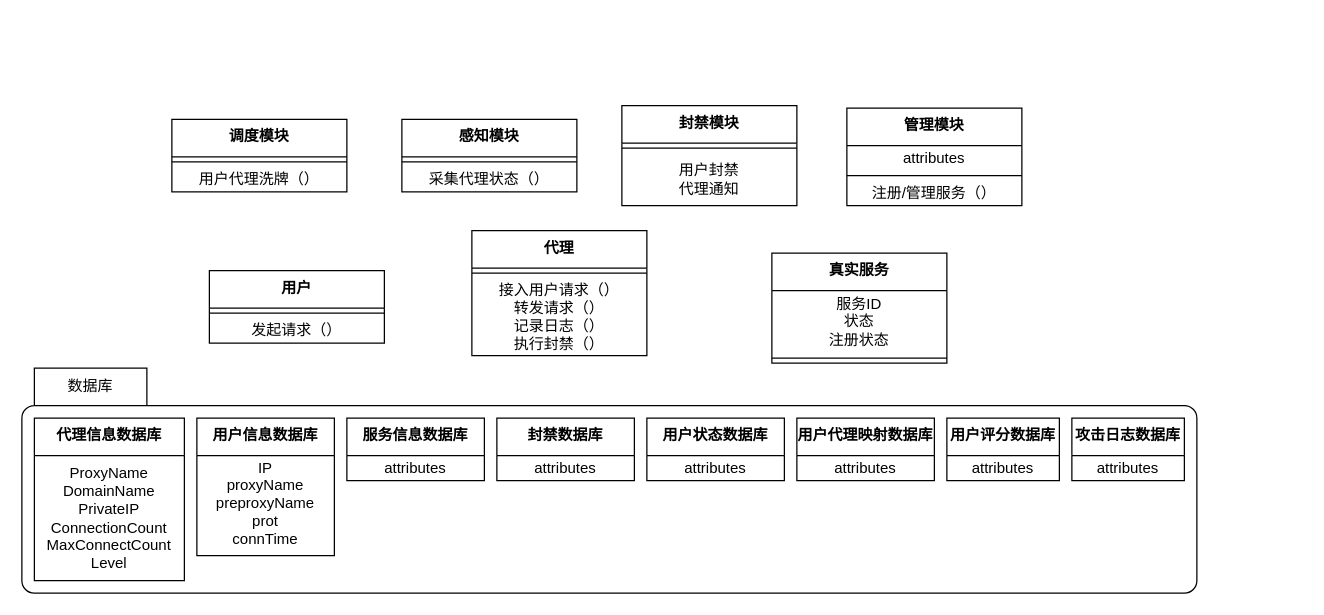
Above: 2.5.drawio in Norton-Lin/Picture (draw.io), before the change. Source tidied: cells renumbered, new cells numbered last; positions are measured from the earlier drawing's top-left corner, leaving out a move shared by most shapes. Both pictures are drawn from the tidied source at 125%, with x=0, y=0 at pixel (21, 105).
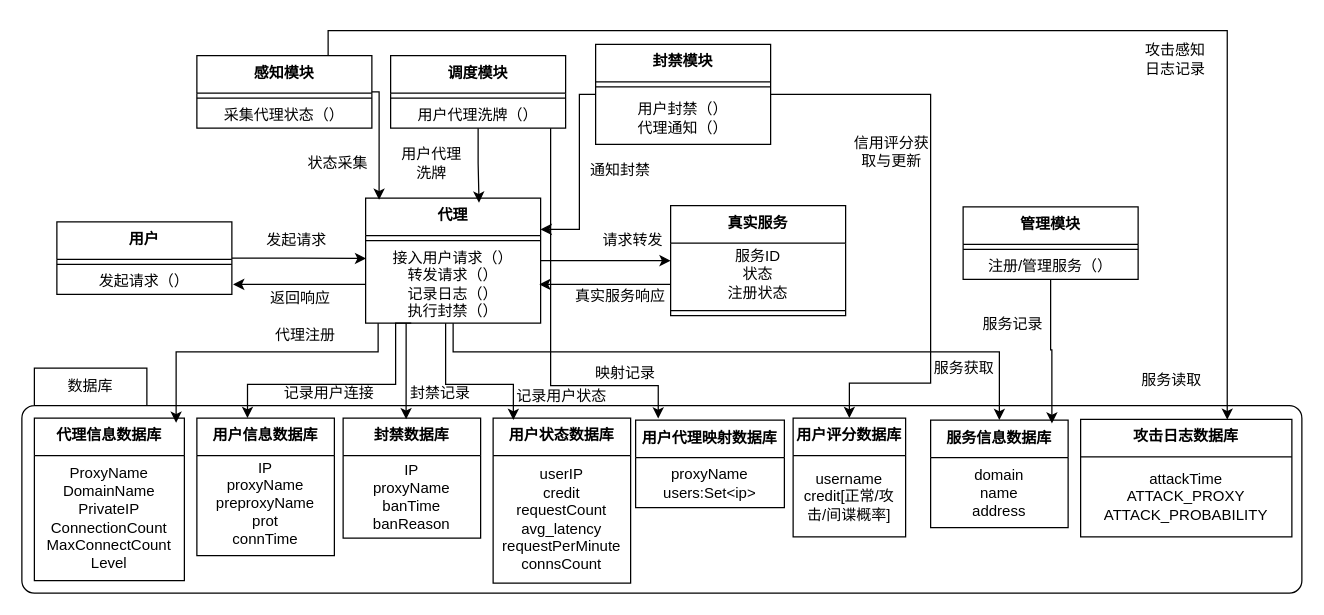
The same diagram, later.

Unchanged cells that the change refers to:
```xml
<mxCell id="4" value="服务ID&lt;div&gt;状态&lt;/div&gt;&lt;div&gt;注册状态&lt;/div&gt;" style="text;html=1;strokeColor=none;fillColor=none;align=center;verticalAlign=middle;spacingLeft=4;spacingRight=4;overflow=hidden;points=[[0,0.5],[1,0.5]];portConstraint=eastwest;whiteSpace=wrap;" parent="3" vertex="1">
  <mxGeometry y="30" width="140" height="50" as="geometry" />
</mxCell>
<mxCell id="15" value="&lt;b&gt;代理信息数据库&lt;/b&gt;" style="swimlane;fontStyle=0;align=center;verticalAlign=top;horizontal=1;startSize=30;html=1;whiteSpace=wrap;" parent="1" vertex="1">
  <mxGeometry x="10" y="250" width="120" height="130" as="geometry" />
</mxCell>
<mxCell id="23" value="接入用户请求（&lt;span style=&quot;background-color: transparent; color: light-dark(rgb(0, 0, 0), rgb(255, 255, 255));&quot;&gt;）&lt;/span&gt;&lt;div&gt;&lt;span style=&quot;background-color: transparent; color: light-dark(rgb(0, 0, 0), rgb(255, 255, 255));&quot;&gt;转发请求（）&lt;/span&gt;&lt;/div&gt;&lt;div&gt;&lt;span style=&quot;background-color: transparent; color: light-dark(rgb(0, 0, 0), rgb(255, 255, 255));&quot;&gt;记录日志（&lt;/span&gt;&lt;span style=&quot;background-color: transparent; color: light-dark(rgb(0, 0, 0), rgb(255, 255, 255));&quot;&gt;）&lt;/span&gt;&lt;/div&gt;&lt;div&gt;&lt;span style=&quot;background-color: transparent; color: light-dark(rgb(0, 0, 0), rgb(255, 255, 255));&quot;&gt;执行封禁（）&lt;/span&gt;&lt;/div&gt;" style="text;html=1;strokeColor=none;fillColor=none;align=center;verticalAlign=middle;spacingLeft=4;spacingRight=4;overflow=hidden;points=[[0,0.5],[1,0.5]];portConstraint=eastwest;whiteSpace=wrap;" parent="21" vertex="1">
  <mxGeometry y="38" width="140" height="62" as="geometry" />
</mxCell>
```

What changed in the source:
```diff
@@
     <mxCell id="2" value="数据库" style="shape=folder;align=center;verticalAlign=middle;fontStyle=0;tabWidth=100;tabHeight=30;tabPosition=left;html=1;boundedLbl=1;labelInHeader=1;rounded=1;absoluteArcSize=1;arcSize=10;whiteSpace=wrap;" parent="1" vertex="1">
-      <mxGeometry y="210" width="940" height="180" as="geometry" />
+      <mxGeometry y="210" width="1024" height="180" as="geometry" />
     </mxCell>
     <mxCell id="3" value="&lt;b&gt;真实服务&lt;/b&gt;" style="swimlane;fontStyle=0;align=center;verticalAlign=top;horizontal=1;startSize=30;html=1;whiteSpace=wrap;" parent="1" vertex="1">
-      <mxGeometry x="600" y="118" width="140" height="88" as="geometry" />
+      <mxGeometry x="519" y="80" width="140" height="88" as="geometry" />
     </mxCell>
@@
+    <mxCell id="41" style="edgeStyle=orthogonalEdgeStyle;rounded=0;jettySize=auto;html=1;exitX=1;exitY=0.5;exitDx=0;exitDy=0;" parent="1" edge="1" source="6">
+      <mxGeometry relative="1" as="geometry">
+        <mxPoint x="275.4" y="122.3" as="targetPoint" />
+      </mxGeometry>
+    </mxCell>
     <mxCell id="6" value="&lt;b&gt;用户&lt;/b&gt;" style="swimlane;fontStyle=0;align=center;verticalAlign=top;horizontal=1;startSize=30;html=1;whiteSpace=wrap;" parent="1" vertex="1">
-      <mxGeometry x="150" y="132" width="140" height="58" as="geometry" />
+      <mxGeometry x="28" y="93" width="140" height="58" as="geometry" />
     </mxCell>
@@
     <mxCell id="9" value="&lt;b&gt;感知模块&lt;/b&gt;" style="swimlane;fontStyle=0;align=center;verticalAlign=top;horizontal=1;startSize=30;html=1;whiteSpace=wrap;" parent="1" vertex="1">
-      <mxGeometry x="304" y="11" width="140" height="58" as="geometry" />
+      <mxGeometry x="140" y="-40" width="140" height="58" as="geometry" />
     </mxCell>
@@
+    <mxCell id="42" style="edgeStyle=orthogonalEdgeStyle;rounded=0;jettySize=auto;html=1;entryX=0.152;entryY=-0.017;entryDx=0;entryDy=0;entryPerimeter=0;" parent="1" edge="1" target="35">
+      <mxGeometry relative="1" as="geometry">
+        <mxPoint x="423" y="18" as="sourcePoint" />
+        <Array as="points">
+          <mxPoint x="423" y="224" />
+          <mxPoint x="509" y="224" />
+        </Array>
+      </mxGeometry>
+    </mxCell>
     <mxCell id="12" value="&lt;b&gt;调度模块&lt;/b&gt;" style="swimlane;fontStyle=0;align=center;verticalAlign=top;horizontal=1;startSize=30;html=1;whiteSpace=wrap;" parent="1" vertex="1">
-      <mxGeometry x="120" y="11" width="140" height="58" as="geometry" />
+      <mxGeometry x="295" y="-40" width="140" height="58" as="geometry" />
     </mxCell>
@@
     <mxCell id="17" value="&lt;b&gt;管理模块&lt;/b&gt;" style="swimlane;fontStyle=0;align=center;verticalAlign=top;horizontal=1;startSize=30;html=1;whiteSpace=wrap;" parent="1" vertex="1">
-      <mxGeometry x="660" y="2" width="140" height="78" as="geometry" />
+      <mxGeometry x="753" y="81" width="140" height="58" as="geometry" />
     </mxCell>
-    <mxCell id="18" value="attributes" style="text;html=1;strokeColor=none;fillColor=none;align=center;verticalAlign=middle;spacingLeft=4;spacingRight=4;overflow=hidden;whiteSpace=wrap;" parent="17" vertex="1">
-      <mxGeometry y="30" width="140" height="20" as="geometry" />
-    </mxCell>
     <mxCell id="19" style="line;strokeWidth=1;fillColor=none;align=left;verticalAlign=middle;spacingTop=-1;spacingLeft=3;spacingRight=3;labelPosition=right;" parent="17" vertex="1">
-      <mxGeometry y="50" width="140" height="8" as="geometry" />
+      <mxGeometry y="30" width="140" height="8" as="geometry" />
     </mxCell>
     <mxCell id="20" value="注册/管理服务（）" style="text;html=1;strokeColor=none;fillColor=none;align=center;verticalAlign=middle;spacingLeft=4;spacingRight=4;overflow=hidden;whiteSpace=wrap;" parent="17" vertex="1">
-      <mxGeometry y="58" width="140" height="20" as="geometry" />
+      <mxGeometry y="38" width="140" height="20" as="geometry" />
     </mxCell>
+    <mxCell id="43" style="edgeStyle=orthogonalEdgeStyle;rounded=0;jettySize=auto;html=1;entryX=0;entryY=0.5;entryDx=0;entryDy=0;" parent="1" edge="1" source="21" target="3">
+      <mxGeometry relative="1" as="geometry" />
+    </mxCell>
+    <mxCell id="44" style="edgeStyle=orthogonalEdgeStyle;rounded=0;orthogonalLoop=1;jettySize=auto;html=1;" parent="1" edge="1">
+      <mxGeometry relative="1" as="geometry">
+        <mxPoint x="311.5" y="174" as="sourcePoint" />
+        <mxPoint x="180.5" y="250" as="targetPoint" />
+        <Array as="points">
+          <mxPoint x="299" y="174" />
+          <mxPoint x="299" y="223" />
+          <mxPoint x="181" y="223" />
+        </Array>
+      </mxGeometry>
+    </mxCell>
+    <mxCell id="45" style="edgeStyle=orthogonalEdgeStyle;rounded=0;jettySize=auto;html=1;" parent="1" edge="1" source="21" target="29">
+      <mxGeometry relative="1" as="geometry">
+        <Array as="points">
+          <mxPoint x="345" y="197" />
+          <mxPoint x="782" y="197" />
+        </Array>
+      </mxGeometry>
+    </mxCell>
     <mxCell id="21" value="&lt;b&gt;代理&lt;/b&gt;" style="swimlane;fontStyle=0;align=center;verticalAlign=top;horizontal=1;startSize=30;html=1;whiteSpace=wrap;" parent="1" vertex="1">
-      <mxGeometry x="360" y="100" width="140" height="100" as="geometry" />
+      <mxGeometry x="275" y="74" width="140" height="100" as="geometry" />
     </mxCell>
@@
+    <mxCell id="46" style="edgeStyle=orthogonalEdgeStyle;rounded=0;jettySize=auto;html=1;" parent="1" edge="1" source="24" target="37">
+      <mxGeometry relative="1" as="geometry">
+        <Array as="points">
+          <mxPoint x="727" y="-9" />
+          <mxPoint x="727" y="222" />
+          <mxPoint x="662" y="222" />
+        </Array>
+      </mxGeometry>
+    </mxCell>
     <mxCell id="24" value="&lt;b&gt;封禁模块&lt;/b&gt;" style="swimlane;fontStyle=0;align=center;verticalAlign=top;horizontal=1;startSize=30;html=1;whiteSpace=wrap;" parent="1" vertex="1">
-      <mxGeometry x="480" width="140" height="80" as="geometry" />
+      <mxGeometry x="459" y="-49" width="140" height="80" as="geometry" />
     </mxCell>
@@
-    <mxCell id="26" value="用户封禁&lt;div&gt;代理通知&lt;/div&gt;" style="text;html=1;strokeColor=none;fillColor=none;align=center;verticalAlign=middle;spacingLeft=4;spacingRight=4;overflow=hidden;whiteSpace=wrap;" parent="24" vertex="1">
+    <mxCell id="26" value="用户封禁（）&lt;div&gt;代理通知（）&lt;/div&gt;" style="text;html=1;strokeColor=none;fillColor=none;align=center;verticalAlign=middle;spacingLeft=4;spacingRight=4;overflow=hidden;whiteSpace=wrap;" parent="24" vertex="1">
       <mxGeometry y="38" width="140" height="42" as="geometry" />
     </mxCell>
@@
     <mxCell id="29" value="&lt;b&gt;服务信息数据库&lt;/b&gt;" style="swimlane;fontStyle=0;align=center;verticalAlign=top;horizontal=1;startSize=30;html=1;whiteSpace=wrap;" parent="1" vertex="1">
-      <mxGeometry x="260" y="250" width="110" height="50" as="geometry" />
+      <mxGeometry x="727" y="251.5" width="110" height="86" as="geometry" />
     </mxCell>
-    <mxCell id="30" value="attributes" style="text;html=1;strokeColor=none;fillColor=none;align=center;verticalAlign=middle;spacingLeft=4;spacingRight=4;overflow=hidden;whiteSpace=wrap;" parent="29" vertex="1">
-      <mxGeometry y="30" width="110" height="20" as="geometry" />
+    <mxCell id="30" value="domain&lt;div&gt;name&lt;/div&gt;&lt;div&gt;address&lt;/div&gt;" style="text;html=1;strokeColor=none;fillColor=none;align=center;verticalAlign=middle;spacingLeft=4;spacingRight=4;overflow=hidden;whiteSpace=wrap;" parent="29" vertex="1">
+      <mxGeometry y="30" width="110" height="56" as="geometry" />
     </mxCell>
     <mxCell id="31" value="&lt;b&gt;封禁数据库&lt;/b&gt;" style="swimlane;fontStyle=0;align=center;verticalAlign=top;horizontal=1;startSize=30;html=1;whiteSpace=wrap;" parent="1" vertex="1">
-      <mxGeometry x="380" y="250" width="110" height="50" as="geometry" />
+      <mxGeometry x="257" y="250" width="110" height="96" as="geometry" />
     </mxCell>
-    <mxCell id="32" value="attributes" style="text;html=1;strokeColor=none;fillColor=none;align=center;verticalAlign=middle;spacingLeft=4;spacingRight=4;overflow=hidden;whiteSpace=wrap;" parent="31" vertex="1">
-      <mxGeometry y="30" width="110" height="20" as="geometry" />
+    <mxCell id="32" value="IP&lt;div&gt;proxyName&lt;/div&gt;&lt;div&gt;banTime&lt;/div&gt;&lt;div&gt;banReason&lt;/div&gt;" style="text;html=1;strokeColor=none;fillColor=none;align=center;verticalAlign=middle;spacingLeft=4;spacingRight=4;overflow=hidden;whiteSpace=wrap;" parent="31" vertex="1">
+      <mxGeometry y="30" width="110" height="66" as="geometry" />
     </mxCell>
     <mxCell id="33" value="&lt;b&gt;用户状态数据库&lt;/b&gt;" style="swimlane;fontStyle=0;align=center;verticalAlign=top;horizontal=1;startSize=30;html=1;whiteSpace=wrap;" parent="1" vertex="1">
-      <mxGeometry x="500" y="250" width="110" height="50" as="geometry" />
+      <mxGeometry x="377" y="250" width="110" height="132" as="geometry" />
     </mxCell>
-    <mxCell id="34" value="attributes" style="text;html=1;strokeColor=none;fillColor=none;align=center;verticalAlign=middle;spacingLeft=4;spacingRight=4;overflow=hidden;whiteSpace=wrap;" parent="33" vertex="1">
-      <mxGeometry y="30" width="110" height="20" as="geometry" />
+    <mxCell id="34" value="userIP&lt;div&gt;credit&lt;/div&gt;&lt;div&gt;requestCount&lt;/div&gt;&lt;div&gt;avg_latency&lt;/div&gt;&lt;div&gt;requestPerMinute&lt;/div&gt;&lt;div&gt;connsCount&lt;/div&gt;" style="text;html=1;strokeColor=none;fillColor=none;align=center;verticalAlign=middle;spacingLeft=4;spacingRight=4;overflow=hidden;whiteSpace=wrap;" parent="33" vertex="1">
+      <mxGeometry y="30" width="110" height="102" as="geometry" />
     </mxCell>
-    <mxCell id="35" value="&lt;b&gt;用户代理映射数据库&lt;/b&gt;" style="swimlane;fontStyle=0;align=center;verticalAlign=top;horizontal=1;startSize=30;html=1;whiteSpace=wrap;" parent="1" vertex="1">
-      <mxGeometry x="620" y="250" width="110" height="50" as="geometry" />
-    </mxCell>
-    <mxCell id="36" value="attributes" style="text;html=1;strokeColor=none;fillColor=none;align=center;verticalAlign=middle;spacingLeft=4;spacingRight=4;overflow=hidden;whiteSpace=wrap;" parent="35" vertex="1">
-      <mxGeometry y="30" width="110" height="20" as="geometry" />
-    </mxCell>
     <mxCell id="37" value="&lt;b&gt;用户评分数据库&lt;/b&gt;" style="swimlane;fontStyle=0;align=center;verticalAlign=top;horizontal=1;startSize=30;html=1;whiteSpace=wrap;" parent="1" vertex="1">
-      <mxGeometry x="740" y="250" width="90" height="50" as="geometry" />
+      <mxGeometry x="617" y="250" width="90" height="95" as="geometry" />
     </mxCell>
-    <mxCell id="38" value="attributes" style="text;html=1;strokeColor=none;fillColor=none;align=center;verticalAlign=middle;spacingLeft=4;spacingRight=4;overflow=hidden;whiteSpace=wrap;" parent="37" vertex="1">
-      <mxGeometry y="30" width="90" height="20" as="geometry" />
+    <mxCell id="38" value="username&lt;div&gt;credit[正常/攻击/间谍概率]&lt;/div&gt;" style="text;html=1;strokeColor=none;fillColor=none;align=center;verticalAlign=middle;spacingLeft=4;spacingRight=4;overflow=hidden;whiteSpace=wrap;" parent="37" vertex="1">
+      <mxGeometry y="30" width="90" height="65" as="geometry" />
     </mxCell>
     <mxCell id="39" value="&lt;b&gt;攻击日志数据库&lt;/b&gt;" style="swimlane;fontStyle=0;align=center;verticalAlign=top;horizontal=1;startSize=30;html=1;whiteSpace=wrap;" parent="1" vertex="1">
-      <mxGeometry x="840" y="250" width="90" height="50" as="geometry" />
+      <mxGeometry x="847" y="251" width="169" height="94" as="geometry" />
     </mxCell>
-    <mxCell id="40" value="attributes" style="text;html=1;strokeColor=none;fillColor=none;align=center;verticalAlign=middle;spacingLeft=4;spacingRight=4;overflow=hidden;whiteSpace=wrap;" parent="39" vertex="1">
-      <mxGeometry y="30" width="90" height="20" as="geometry" />
+    <mxCell id="40" value="attackTime&lt;div&gt;ATTACK_PROXY&lt;/div&gt;&lt;div&gt;ATTACK_PROBABILITY&lt;/div&gt;" style="text;html=1;strokeColor=none;fillColor=none;align=center;verticalAlign=middle;spacingLeft=4;spacingRight=4;overflow=hidden;whiteSpace=wrap;" parent="39" vertex="1">
+      <mxGeometry y="30" width="169" height="64" as="geometry" />
     </mxCell>
+    <mxCell id="35" value="&lt;b&gt;用户代理映射数据库&lt;/b&gt;" style="swimlane;fontStyle=0;align=center;verticalAlign=top;horizontal=1;startSize=30;html=1;whiteSpace=wrap;" parent="1" vertex="1">
+      <mxGeometry x="491" y="251.5" width="119" height="70" as="geometry" />
+    </mxCell>
+    <mxCell id="47" value="proxyName&lt;div&gt;users:Set&amp;lt;ip&amp;gt;&lt;/div&gt;" style="text;html=1;strokeColor=none;fillColor=none;align=center;verticalAlign=middle;spacingLeft=4;spacingRight=4;overflow=hidden;whiteSpace=wrap;" parent="35" vertex="1">
+      <mxGeometry y="30" width="119" height="40" as="geometry" />
+    </mxCell>
+    <mxCell id="48" value="发起请求" style="text;html=1;align=center;verticalAlign=middle;whiteSpace=wrap;rounded=0;" parent="1" vertex="1">
+      <mxGeometry x="190" y="93" width="60" height="30" as="geometry" />
+    </mxCell>
+    <mxCell id="49" style="edgeStyle=orthogonalEdgeStyle;rounded=0;jettySize=auto;html=1;exitX=0;exitY=0.5;exitDx=0;exitDy=0;" parent="1" edge="1" source="23">
+      <mxGeometry relative="1" as="geometry">
+        <mxPoint x="169" y="143" as="targetPoint" />
+      </mxGeometry>
+    </mxCell>
+    <mxCell id="50" value="返回响应" style="text;html=1;align=center;verticalAlign=middle;whiteSpace=wrap;rounded=0;" parent="1" vertex="1">
+      <mxGeometry x="193" y="139" width="60" height="30" as="geometry" />
+    </mxCell>
+    <mxCell id="51" style="edgeStyle=orthogonalEdgeStyle;rounded=0;jettySize=auto;html=1;" parent="1" edge="1" source="4">
+      <mxGeometry relative="1" as="geometry">
+        <mxPoint x="414" y="143" as="targetPoint" />
+        <Array as="points">
+          <mxPoint x="416" y="143" />
+        </Array>
+      </mxGeometry>
+    </mxCell>
+    <mxCell id="52" value="请求转发" style="text;html=1;align=center;verticalAlign=middle;whiteSpace=wrap;rounded=0;" parent="1" vertex="1">
+      <mxGeometry x="459" y="93" width="60" height="30" as="geometry" />
+    </mxCell>
+    <mxCell id="53" value="真实服务响应" style="text;html=1;align=center;verticalAlign=middle;whiteSpace=wrap;rounded=0;" parent="1" vertex="1">
+      <mxGeometry x="438" y="138" width="82" height="30" as="geometry" />
+    </mxCell>
+    <mxCell id="54" style="edgeStyle=orthogonalEdgeStyle;rounded=0;jettySize=auto;html=1;entryX=0.945;entryY=0.029;entryDx=0;entryDy=0;entryPerimeter=0;" parent="1" edge="1" source="21" target="15">
+      <mxGeometry relative="1" as="geometry">
+        <Array as="points">
+          <mxPoint x="285" y="197" />
+          <mxPoint x="123" y="197" />
+        </Array>
+      </mxGeometry>
+    </mxCell>
+    <mxCell id="55" value="代理注册" style="text;html=1;align=center;verticalAlign=middle;whiteSpace=wrap;rounded=0;" parent="1" vertex="1">
+      <mxGeometry x="197" y="169" width="60" height="30" as="geometry" />
+    </mxCell>
+    <mxCell id="56" style="edgeStyle=orthogonalEdgeStyle;rounded=0;jettySize=auto;html=1;entryX=0.077;entryY=0.014;entryDx=0;entryDy=0;entryPerimeter=0;" parent="1" edge="1" source="9" target="21">
+      <mxGeometry relative="1" as="geometry">
+        <Array as="points">
+          <mxPoint x="286" y="-11" />
+        </Array>
+      </mxGeometry>
+    </mxCell>
+    <mxCell id="57" value="状态采集" style="text;html=1;align=center;verticalAlign=middle;whiteSpace=wrap;rounded=0;" parent="1" vertex="1">
+      <mxGeometry x="223" y="31" width="60" height="30" as="geometry" />
+    </mxCell>
+    <mxCell id="58" style="edgeStyle=orthogonalEdgeStyle;rounded=0;jettySize=auto;html=1;entryX=1;entryY=0.25;entryDx=0;entryDy=0;" parent="1" edge="1" source="24" target="21">
+      <mxGeometry relative="1" as="geometry">
+        <Array as="points">
+          <mxPoint x="446" y="-9" />
+          <mxPoint x="446" y="99" />
+        </Array>
+      </mxGeometry>
+    </mxCell>
+    <mxCell id="59" value="用户代理洗牌" style="text;html=1;align=center;verticalAlign=middle;whiteSpace=wrap;rounded=0;" parent="1" vertex="1">
+      <mxGeometry x="298" y="31" width="60" height="30" as="geometry" />
+    </mxCell>
+    <mxCell id="60" style="edgeStyle=orthogonalEdgeStyle;rounded=0;jettySize=auto;html=1;entryX=0.648;entryY=0.037;entryDx=0;entryDy=0;entryPerimeter=0;" parent="1" edge="1" source="12" target="21">
+      <mxGeometry relative="1" as="geometry" />
+    </mxCell>
+    <mxCell id="61" value="通知封禁" style="text;html=1;align=center;verticalAlign=middle;whiteSpace=wrap;rounded=0;" parent="1" vertex="1">
+      <mxGeometry x="449" y="37" width="60" height="30" as="geometry" />
+    </mxCell>
+    <mxCell id="62" value="服务记录" style="text;html=1;align=center;verticalAlign=middle;whiteSpace=wrap;rounded=0;" parent="1" vertex="1">
+      <mxGeometry x="763" y="160" width="60" height="30" as="geometry" />
+    </mxCell>
+    <mxCell id="63" value="服务读取" style="text;html=1;align=center;verticalAlign=middle;whiteSpace=wrap;rounded=0;" parent="1" vertex="1">
+      <mxGeometry x="890" y="205" width="60" height="30" as="geometry" />
+    </mxCell>
+    <mxCell id="64" style="edgeStyle=orthogonalEdgeStyle;rounded=0;jettySize=auto;html=1;entryX=0.694;entryY=0.003;entryDx=0;entryDy=0;entryPerimeter=0;exitX=0.75;exitY=0;exitDx=0;exitDy=0;" parent="1" edge="1" source="9" target="39">
+      <mxGeometry relative="1" as="geometry" />
+    </mxCell>
+    <mxCell id="65" value="攻击感知日志记录" style="text;html=1;align=center;verticalAlign=middle;whiteSpace=wrap;rounded=0;" parent="1" vertex="1">
+      <mxGeometry x="893" y="-52" width="60" height="30" as="geometry" />
+    </mxCell>
+    <mxCell id="66" value="信用评分获取与更新" style="text;html=1;align=center;verticalAlign=middle;whiteSpace=wrap;rounded=0;" parent="1" vertex="1">
+      <mxGeometry x="661" y="22" width="70" height="30" as="geometry" />
+    </mxCell>
+    <mxCell id="67" value="映射记录" style="text;html=1;align=center;verticalAlign=middle;whiteSpace=wrap;rounded=0;" parent="1" vertex="1">
+      <mxGeometry x="453" y="199" width="60" height="30" as="geometry" />
+    </mxCell>
+    <mxCell id="68" value="记录用户连接" style="text;html=1;align=center;verticalAlign=middle;whiteSpace=wrap;rounded=0;" parent="1" vertex="1">
+      <mxGeometry x="206" y="215" width="80" height="30" as="geometry" />
+    </mxCell>
+    <mxCell id="69" style="edgeStyle=orthogonalEdgeStyle;rounded=0;jettySize=auto;html=1;entryX=0.147;entryY=0.011;entryDx=0;entryDy=0;entryPerimeter=0;" parent="1" edge="1" source="21" target="33">
+      <mxGeometry relative="1" as="geometry">
+        <Array as="points">
+          <mxPoint x="339" y="223" />
+          <mxPoint x="393" y="223" />
+        </Array>
+      </mxGeometry>
+    </mxCell>
+    <mxCell id="70" value="记录用户状态" style="text;html=1;align=center;verticalAlign=middle;whiteSpace=wrap;rounded=0;" parent="1" vertex="1">
+      <mxGeometry x="392" y="218" width="80" height="30" as="geometry" />
+    </mxCell>
+    <mxCell id="71" style="edgeStyle=orthogonalEdgeStyle;rounded=0;jettySize=auto;html=1;entryX=0.458;entryY=0.009;entryDx=0;entryDy=0;entryPerimeter=0;" parent="1" edge="1" source="21" target="31">
+      <mxGeometry relative="1" as="geometry">
+        <Array as="points">
+          <mxPoint x="307" y="212" />
+        </Array>
+      </mxGeometry>
+    </mxCell>
+    <mxCell id="72" value="封禁记录" style="text;html=1;align=center;verticalAlign=middle;whiteSpace=wrap;rounded=0;" parent="1" vertex="1">
+      <mxGeometry x="295" y="215" width="80" height="30" as="geometry" />
+    </mxCell>
+    <mxCell id="73" style="edgeStyle=orthogonalEdgeStyle;rounded=0;jettySize=auto;html=1;entryX=0.882;entryY=0.032;entryDx=0;entryDy=0;entryPerimeter=0;" parent="1" edge="1" source="17" target="29">
+      <mxGeometry relative="1" as="geometry" />
+    </mxCell>
+    <mxCell id="74" value="服务获取" style="text;html=1;align=center;verticalAlign=middle;whiteSpace=wrap;rounded=0;" parent="1" vertex="1">
+      <mxGeometry x="724" y="195" width="60" height="30" as="geometry" />
+    </mxCell>
```
